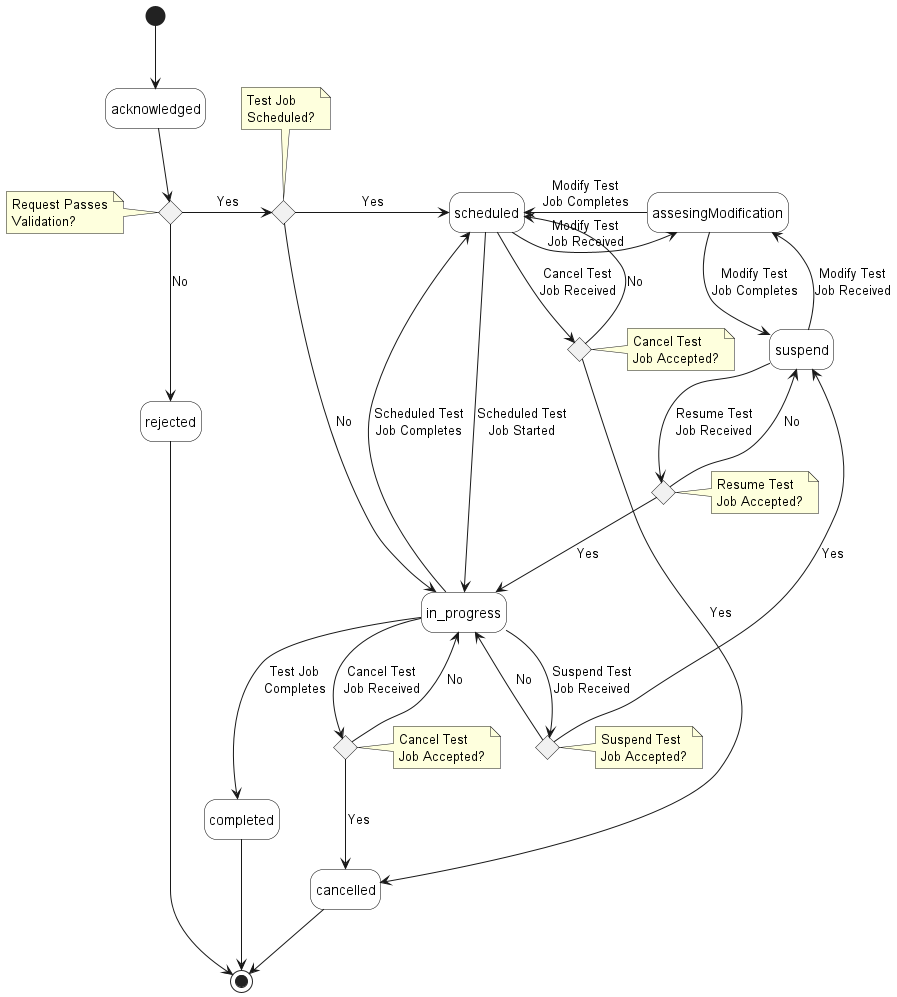
This is documentation/serviceApi/sft/serviceTest/media/testJobStates.png from MEF-GIT/MEF-LSO-Legato-SDK, a PlantUML export, as it was before one commit. The source it was exported from:
```plantuml
@startuml testJobStates

skinparam state {
    BackgroundColor White
    BorderColor Black
}
hide empty description

state validation_successful <<choice>>
 note left of validation_successful : Request Passes\nValidation?

state testScheduled <<choice>>
 note top of testScheduled : Test Job\nScheduled?

state cancellationRequested <<choice>>
  note right of cancellationRequested : Cancel Test\nJob Accepted?

state suspensionRequested <<choice>>
  note right of suspensionRequested : Suspend Test\nJob Accepted?

state resumptionRequested <<choice>>
  note right of resumptionRequested : Resume Test\nJob Accepted?

state cancellationScheduledRequested <<choice>>
  note right of cancellationScheduledRequested : Cancel Test\nJob Accepted?



[*] -d-> acknowledged

acknowledged -d-> validation_successful

validation_successful --> rejected: No
validation_successful -r-> testScheduled: Yes

testScheduled -r-> scheduled: Yes
testScheduled --> in_progress: No

in_progress --> completed: Test Job\nCompletes
scheduled -r-> cancellationScheduledRequested: Cancel Test\nJob Received
cancellationScheduledRequested --> cancelled: Yes
cancellationScheduledRequested --> scheduled: No

scheduled -r-> assesingModification: Modify Test\nJob Received
assesingModification -l-> scheduled: Modify Test\nJob Completes


in_progress -r-> suspensionRequested: Suspend Test\nJob Received
suspensionRequested -d-> suspend: Yes
suspensionRequested --> in_progress: No

scheduled --> in_progress: Scheduled Test\nJob Started

in_progress --> scheduled: Scheduled Test\nJob Completes

suspend --> assesingModification: Modify Test\nJob Received
assesingModification --> suspend: Modify Test\nJob Completes

in_progress --> cancellationRequested: Cancel Test\nJob Received
cancellationRequested --> cancelled: Yes
cancellationRequested --> in_progress: No

suspend --> resumptionRequested: Resume Test\nJob Received
resumptionRequested --> in_progress: Yes
resumptionRequested --> suspend: No



rejected -d-> [*]
completed -d-> [*]
cancelled -d-> [*]

@enduml
```
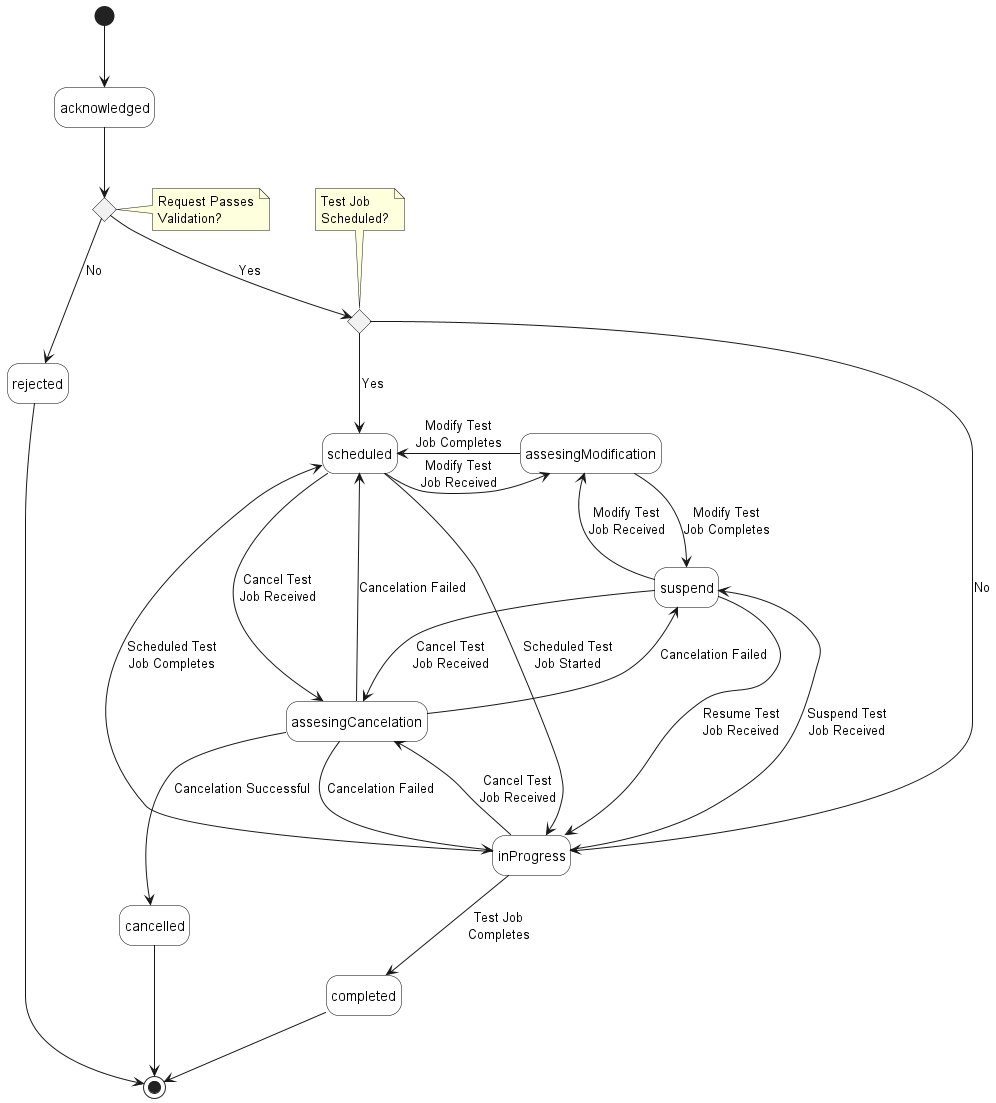
Later version of the same file.

Change to the diagram source:
```diff
@@ -7,64 +7,48 @@
 hide empty description
 
 state validation_successful <<choice>>
- note left of validation_successful : Request Passes\nValidation?
+ note right of validation_successful : Request Passes\nValidation?
 
 state testScheduled <<choice>>
  note top of testScheduled : Test Job\nScheduled?
 
-state cancellationRequested <<choice>>
-  note right of cancellationRequested : Cancel Test\nJob Accepted?
 
-state suspensionRequested <<choice>>
-  note right of suspensionRequested : Suspend Test\nJob Accepted?
 
-state resumptionRequested <<choice>>
-  note right of resumptionRequested : Resume Test\nJob Accepted?
-
-state cancellationScheduledRequested <<choice>>
-  note right of cancellationScheduledRequested : Cancel Test\nJob Accepted?
 
 
 
 [*] -d-> acknowledged
 
-acknowledged -d-> validation_successful
+acknowledged --> validation_successful
 
 validation_successful --> rejected: No
-validation_successful -r-> testScheduled: Yes
+validation_successful --> testScheduled: Yes
 
-testScheduled -r-> scheduled: Yes
-testScheduled --> in_progress: No
+testScheduled --> scheduled: Yes
+testScheduled --> inProgress: No
 
-in_progress --> completed: Test Job\nCompletes
-scheduled -r-> cancellationScheduledRequested: Cancel Test\nJob Received
-cancellationScheduledRequested --> cancelled: Yes
-cancellationScheduledRequested --> scheduled: No
+inProgress --> completed: Test Job\nCompletes
+inProgress --> assesingCancelation: Cancel Test\nJob Received
+scheduled --> assesingCancelation: Cancel Test\nJob Received
+suspend --> assesingCancelation: Cancel Test\nJob Received
+assesingCancelation --> cancelled: Cancelation Successful
+assesingCancelation --> suspend: Cancelation Failed
+assesingCancelation --> scheduled: Cancelation Failed
+assesingCancelation --> inProgress: Cancelation Failed
+
 
 scheduled -r-> assesingModification: Modify Test\nJob Received
 assesingModification -l-> scheduled: Modify Test\nJob Completes
 
 
-in_progress -r-> suspensionRequested: Suspend Test\nJob Received
-suspensionRequested -d-> suspend: Yes
-suspensionRequested --> in_progress: No
+scheduled --> inProgress: Scheduled Test\nJob Started
+inProgress --> scheduled: Scheduled Test\nJob Completes
 
-scheduled --> in_progress: Scheduled Test\nJob Started
-
-in_progress --> scheduled: Scheduled Test\nJob Completes
+inProgress -r-> suspend: Suspend Test\nJob Received
+suspend --> inProgress: Resume Test\nJob Received
 
 suspend --> assesingModification: Modify Test\nJob Received
 assesingModification --> suspend: Modify Test\nJob Completes
-
-in_progress --> cancellationRequested: Cancel Test\nJob Received
-cancellationRequested --> cancelled: Yes
-cancellationRequested --> in_progress: No
-
-suspend --> resumptionRequested: Resume Test\nJob Received
-resumptionRequested --> in_progress: Yes
-resumptionRequested --> suspend: No
-
-
 
 rejected -d-> [*]
 completed -d-> [*]
```
